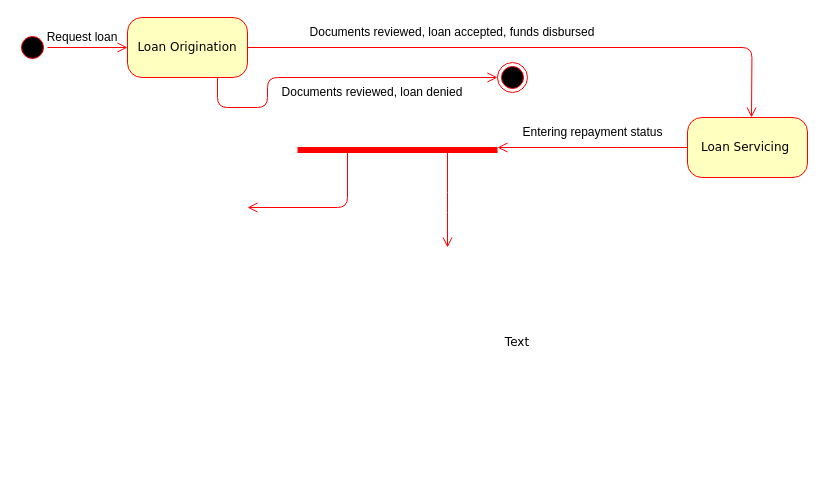
Earlier version of the draw.io diagram Untitled Diagram.drawio (Allek420/Forage). Source tidied: cells renumbered, new cells numbered last; positions are measured from the earlier drawing's top-left corner, leaving out a move shared by most shapes. Both pictures are drawn from the tidied source at 100%, with x=0, y=0 at pixel (17, 17).
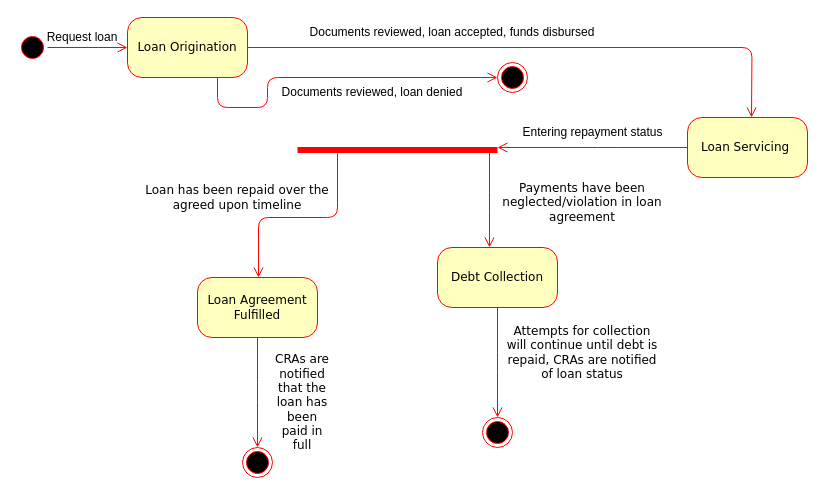
Above is the later version.

The change refers to these unchanged cells:
```xml
<mxCell id="12" style="shape=line;html=1;strokeWidth=6;strokeColor=#ff0000;" parent="1" vertex="1">
  <mxGeometry x="280" y="125" width="200" height="15" as="geometry" />
</mxCell>
```

Change to the diagram source:
```diff
@@
+    <mxCell id="18" style="edgeStyle=orthogonalEdgeStyle;shape=connector;rounded=1;jettySize=auto;html=1;labelBackgroundColor=none;strokeColor=#ff0000;align=left;verticalAlign=middle;fontFamily=Verdana;fontSize=12;fontColor=default;endArrow=open;endSize=8;exitX=0.2;exitY=0.733;exitDx=0;exitDy=0;exitPerimeter=0;" parent="1" edge="1" source="12" target="25">
+      <mxGeometry relative="1" as="geometry">
+        <Array as="points">
+          <mxPoint x="320" y="200" />
+          <mxPoint x="241" y="200" />
+        </Array>
+      </mxGeometry>
+    </mxCell>
@@
-    <mxCell id="15" style="edgeStyle=orthogonalEdgeStyle;html=1;labelBackgroundColor=none;endArrow=open;endSize=8;strokeColor=#ff0000;fontFamily=Verdana;fontSize=12;align=left;exitX=0.75;exitY=0.5;exitDx=0;exitDy=0;exitPerimeter=0;" parent="1" edge="1" source="12">
+    <mxCell id="15" style="edgeStyle=orthogonalEdgeStyle;html=1;labelBackgroundColor=none;endArrow=open;endSize=8;strokeColor=#ff0000;fontFamily=Verdana;fontSize=12;align=left;exitX=0.96;exitY=0.467;exitDx=0;exitDy=0;exitPerimeter=0;" parent="1" edge="1" source="12">
       <mxGeometry relative="1" as="geometry">
-        <mxPoint x="430" y="230" as="targetPoint" />
+        <mxPoint x="472" y="230" as="targetPoint" />
       </mxGeometry>
     </mxCell>
-    <mxCell id="16" style="edgeStyle=orthogonalEdgeStyle;html=1;labelBackgroundColor=none;endArrow=open;endSize=8;strokeColor=#ff0000;fontFamily=Verdana;fontSize=12;align=left;exitX=0.25;exitY=0.5;exitDx=0;exitDy=0;exitPerimeter=0;" parent="1" edge="1" source="12">
-      <mxGeometry relative="1" as="geometry">
-        <mxPoint x="230" y="190" as="targetPoint" />
-        <Array as="points">
-          <mxPoint x="330" y="190" />
-        </Array>
-      </mxGeometry>
-    </mxCell>
-    <mxCell id="17" value="Text" style="text;strokeColor=none;align=center;fillColor=none;html=1;verticalAlign=middle;whiteSpace=wrap;rounded=0;fontSize=12;fontFamily=Verdana;fontColor=default;" parent="1" vertex="1">
-      <mxGeometry x="470" y="310" width="60" height="30" as="geometry" />
+    <mxCell id="17" value="Loan has been repaid over the agreed upon timeline" style="text;strokeColor=none;align=center;fillColor=none;html=1;verticalAlign=middle;whiteSpace=wrap;rounded=0;fontSize=12;fontFamily=Verdana;fontColor=default;" parent="1" vertex="1">
+      <mxGeometry x="120" y="160" width="200" height="40" as="geometry" />
     </mxCell>
+    <mxCell id="19" value="Payments have been neglected/violation in loan agreement" style="text;strokeColor=none;align=center;fillColor=none;html=1;verticalAlign=middle;whiteSpace=wrap;rounded=0;fontSize=12;fontFamily=Verdana;fontColor=default;" parent="1" vertex="1">
+      <mxGeometry x="480" y="170" width="170" height="30" as="geometry" />
+    </mxCell>
+    <mxCell id="20" style="edgeStyle=orthogonalEdgeStyle;shape=connector;rounded=1;jettySize=auto;html=1;labelBackgroundColor=none;strokeColor=#ff0000;align=left;verticalAlign=middle;fontFamily=Verdana;fontSize=12;fontColor=default;endArrow=open;endSize=8;" parent="1" edge="1" source="21">
+      <mxGeometry relative="1" as="geometry">
+        <mxPoint x="480" y="400" as="targetPoint" />
+      </mxGeometry>
+    </mxCell>
+    <mxCell id="21" value="Debt Collection" style="rounded=1;whiteSpace=wrap;html=1;arcSize=24;fillColor=#ffffc0;strokeColor=#ff0000;shadow=0;comic=0;labelBackgroundColor=none;fontFamily=Verdana;fontSize=12;fontColor=#000000;align=center;" parent="1" vertex="1">
+      <mxGeometry x="420" y="230" width="120" height="60" as="geometry" />
+    </mxCell>
+    <mxCell id="22" style="ellipse;html=1;shape=endState;fillColor=#000000;strokeColor=#ff0000;fontFamily=Verdana;fontSize=12;fontColor=default;" parent="1" vertex="1">
+      <mxGeometry x="465" y="400" width="30" height="30" as="geometry" />
+    </mxCell>
+    <mxCell id="23" value="Attempts for collection will continue until debt is repaid, CRAs are notified of loan status" style="text;strokeColor=none;align=center;fillColor=none;html=1;verticalAlign=middle;whiteSpace=wrap;rounded=0;fontSize=12;fontFamily=Verdana;fontColor=default;" parent="1" vertex="1">
+      <mxGeometry x="485" y="320" width="160" height="30" as="geometry" />
+    </mxCell>
+    <mxCell id="24" style="edgeStyle=orthogonalEdgeStyle;shape=connector;rounded=1;jettySize=auto;html=1;labelBackgroundColor=none;strokeColor=#ff0000;align=left;verticalAlign=middle;fontFamily=Verdana;fontSize=12;fontColor=default;endArrow=open;endSize=8;" parent="1" edge="1" source="25">
+      <mxGeometry relative="1" as="geometry">
+        <mxPoint x="240" y="430" as="targetPoint" />
+      </mxGeometry>
+    </mxCell>
+    <mxCell id="25" value="Loan Agreement Fulfilled" style="rounded=1;whiteSpace=wrap;html=1;arcSize=24;fillColor=#ffffc0;strokeColor=#ff0000;shadow=0;comic=0;labelBackgroundColor=none;fontFamily=Verdana;fontSize=12;fontColor=#000000;align=center;" parent="1" vertex="1">
+      <mxGeometry x="180" y="260" width="120" height="60" as="geometry" />
+    </mxCell>
+    <mxCell id="26" style="ellipse;html=1;shape=endState;fillColor=#000000;strokeColor=#ff0000;fontFamily=Verdana;fontSize=12;fontColor=default;" parent="1" vertex="1">
+      <mxGeometry x="225" y="430" width="30" height="30" as="geometry" />
+    </mxCell>
+    <mxCell id="27" value="CRAs are notified that the loan has been paid in full" style="text;strokeColor=none;align=center;fillColor=none;html=1;verticalAlign=middle;whiteSpace=wrap;rounded=0;fontSize=12;fontFamily=Verdana;fontColor=default;" parent="1" vertex="1">
+      <mxGeometry x="255" y="370" width="60" height="30" as="geometry" />
+    </mxCell>
```
